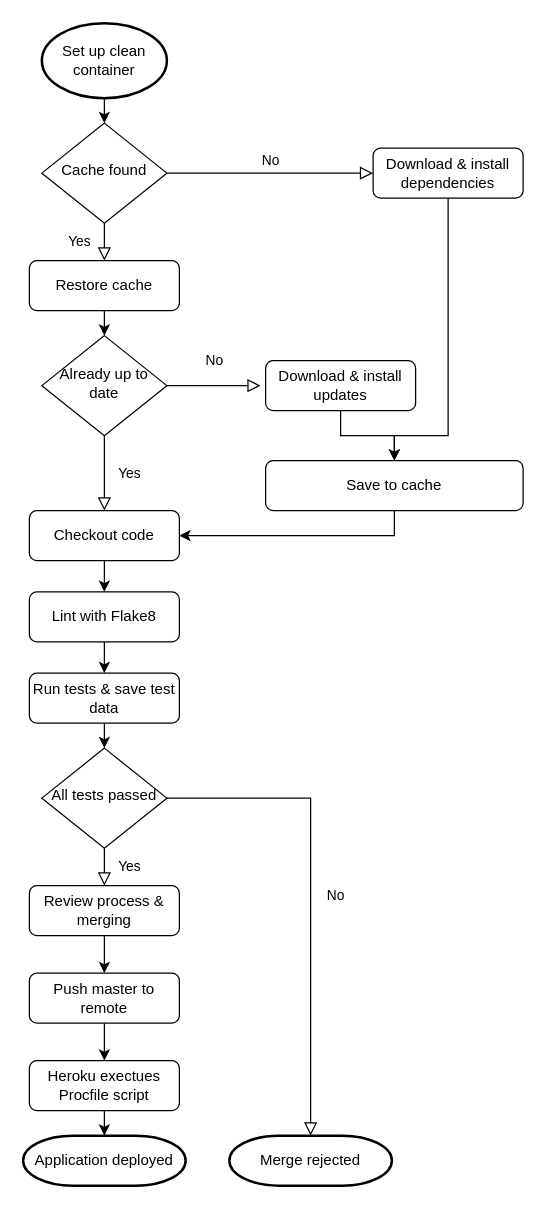
Before: Report/05Coding/05Pictures/CI_CD.drawio in Veluga/Thalia-Backtesting-Tool, a draw.io diagram. Source tidied: cells renumbered, new cells numbered last; positions are measured from the earlier drawing's top-left corner, leaving out a move shared by most shapes. Both pictures are drawn from the tidied source at 125%, with x=0, y=0 at pixel (22, 22).
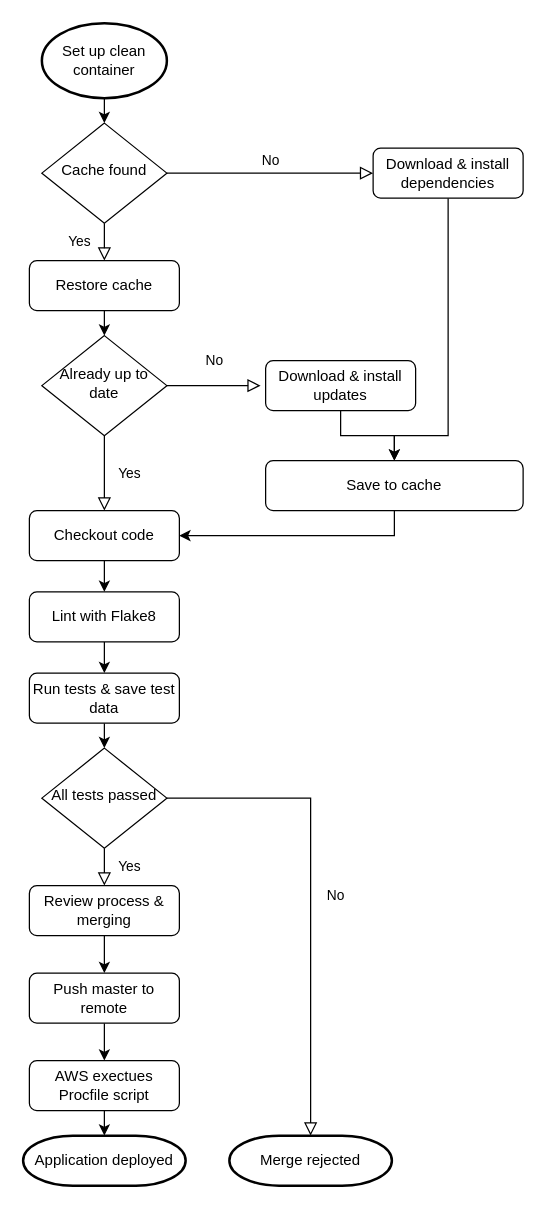
Above is the later version.

Change to the diagram source:
```diff
@@
-    <mxCell id="31" value="Heroku exectues Procfile script" style="rounded=1;whiteSpace=wrap;html=1;fontSize=12;glass=0;strokeWidth=1;shadow=0;" parent="1" vertex="1">
+    <mxCell id="31" value="AWS exectues Procfile script" style="rounded=1;whiteSpace=wrap;html=1;fontSize=12;glass=0;strokeWidth=1;shadow=0;" parent="1" vertex="1">
       <mxGeometry x="5" y="830" width="120" height="40" as="geometry" />
     </mxCell>
```
